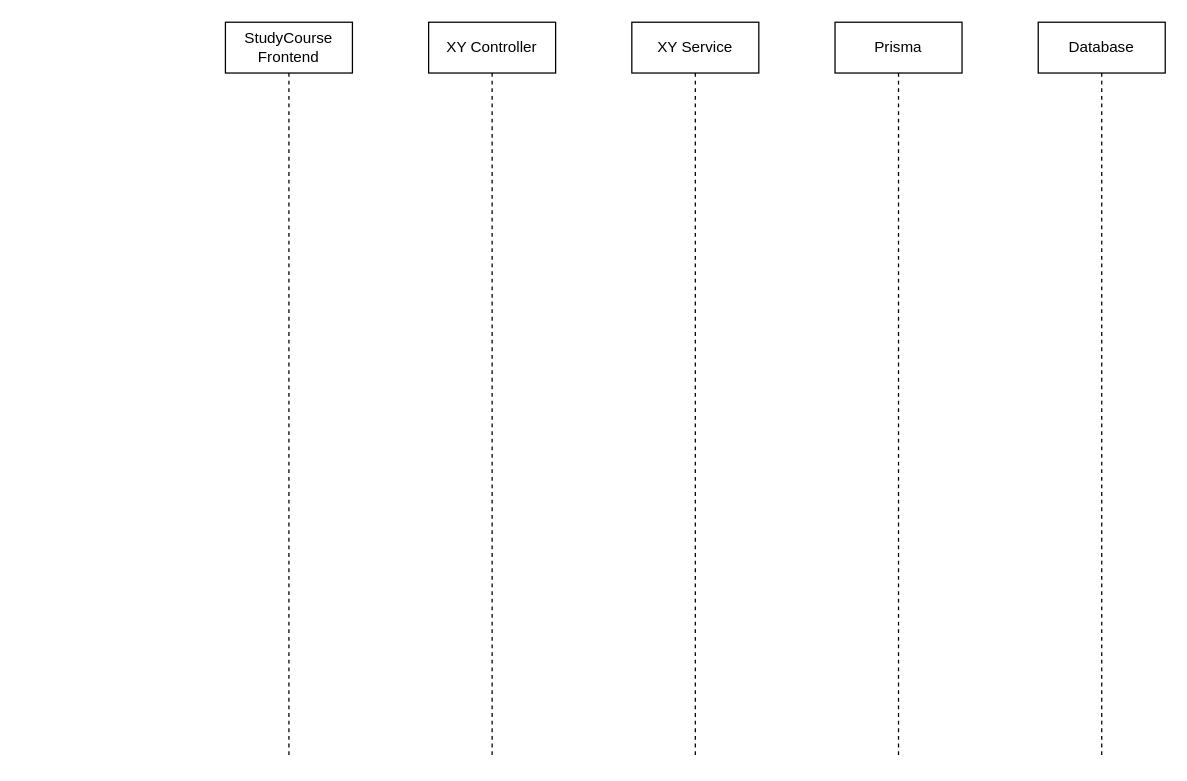
Above: Sequence_Diagram_lcms_1.drawio in MarkTkachov/lcms_diagrams (draw.io), before the change. Source tidied: cells renumbered, new cells numbered last; positions are measured from the earlier drawing's top-left corner, leaving out a move shared by most shapes. Both pictures are drawn from the tidied source at 127%, with x=0, y=0 at pixel (225, 22).
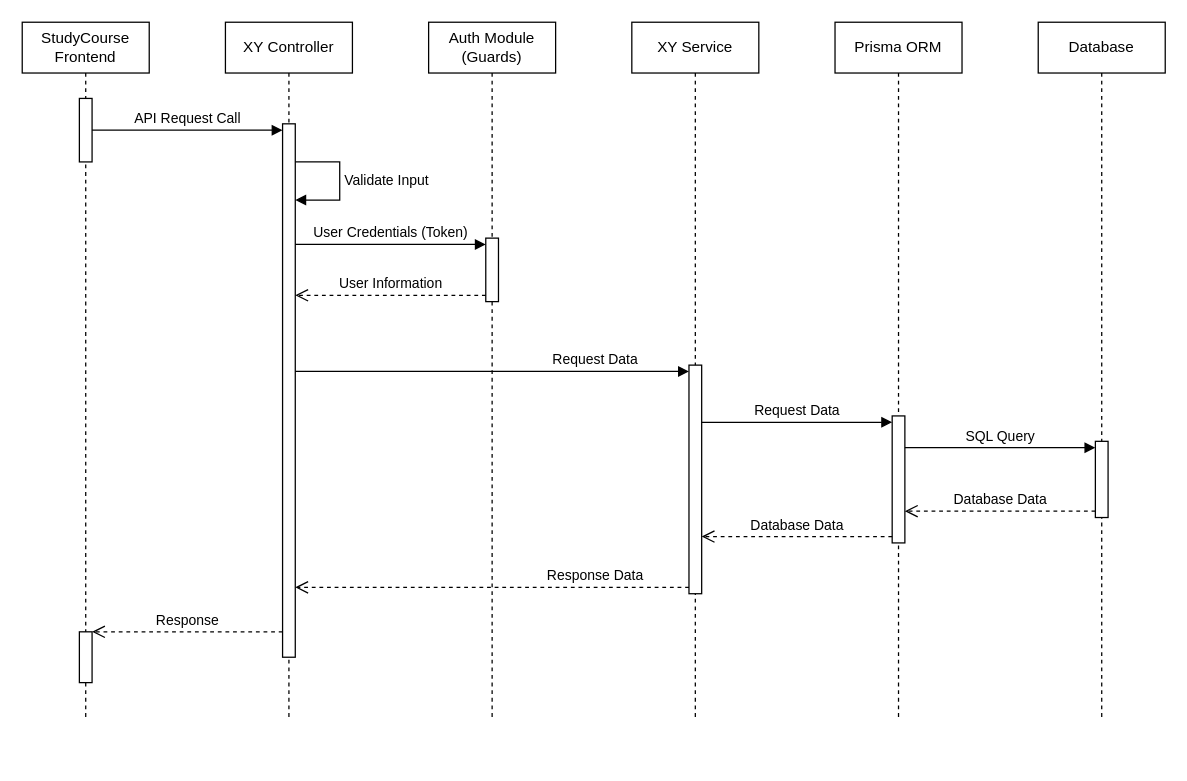
After the change.

Change to the diagram source:
```diff
@@
     <mxCell id="2" value="&lt;div&gt;StudyCourse&lt;/div&gt;&lt;div&gt;Frontend&lt;br&gt;&lt;/div&gt;" style="shape=umlLifeline;perimeter=lifelinePerimeter;whiteSpace=wrap;html=1;newEdgeStyle={&quot;curved&quot;:0,&quot;rounded&quot;:0};" parent="1" vertex="1">
-      <mxGeometry width="100" height="580" as="geometry" />
+      <mxGeometry x="-160" width="100" height="550" as="geometry" />
     </mxCell>
+    <mxCell id="7" style="html=1;points=[[0,0,0,0,5],[0,1,0,0,-5],[1,0,0,0,5],[1,1,0,0,-5]];perimeter=orthogonalPerimeter;outlineConnect=0;targetShapes=umlLifeline;portConstraint=eastwest;newEdgeStyle={&quot;curved&quot;:0,&quot;rounded&quot;:0};" parent="2" vertex="1">
+      <mxGeometry x="45" y="60" width="10" height="50" as="geometry" />
+    </mxCell>
+    <mxCell id="8" style="html=1;points=[[0,0,0,0,5],[0,1,0,0,-5],[1,0,0,0,5],[1,1,0,0,-5]];perimeter=orthogonalPerimeter;outlineConnect=0;targetShapes=umlLifeline;portConstraint=eastwest;newEdgeStyle={&quot;curved&quot;:0,&quot;rounded&quot;:0};" parent="2" vertex="1">
+      <mxGeometry x="45" y="480" width="10" height="40" as="geometry" />
+    </mxCell>
     <mxCell id="3" value="XY Controller" style="shape=umlLifeline;perimeter=lifelinePerimeter;whiteSpace=wrap;html=1;newEdgeStyle={&quot;curved&quot;:0,&quot;rounded&quot;:0};" parent="1" vertex="1">
-      <mxGeometry x="160" width="100" height="580" as="geometry" />
+      <mxGeometry width="100" height="550" as="geometry" />
     </mxCell>
+    <mxCell id="9" style="html=1;points=[[0,0,0,0,5],[0,1,0,0,-5],[1,0,0,0,5],[1,1,0,0,-5]];perimeter=orthogonalPerimeter;outlineConnect=0;targetShapes=umlLifeline;portConstraint=eastwest;newEdgeStyle={&quot;curved&quot;:0,&quot;rounded&quot;:0};" parent="3" vertex="1">
+      <mxGeometry x="45" y="80" width="10" height="420" as="geometry" />
+    </mxCell>
+    <mxCell id="10" value="Validate Input" style="html=1;align=left;spacingLeft=2;endArrow=block;rounded=0;edgeStyle=orthogonalEdgeStyle;curved=0;rounded=0;" parent="3" edge="1" source="9" target="9">
+      <mxGeometry relative="1" as="geometry">
+        <Array as="points">
+          <mxPoint x="90" y="110" />
+          <mxPoint x="90" y="140" />
+        </Array>
+      </mxGeometry>
+    </mxCell>
     <mxCell id="4" value="XY Service" style="shape=umlLifeline;perimeter=lifelinePerimeter;whiteSpace=wrap;html=1;newEdgeStyle={&quot;curved&quot;:0,&quot;rounded&quot;:0};" parent="1" vertex="1">
-      <mxGeometry x="320" width="100" height="580" as="geometry" />
+      <mxGeometry x="320" width="100" height="550" as="geometry" />
     </mxCell>
+    <mxCell id="11" style="html=1;points=[[0,0,0,0,5],[0,1,0,0,-5],[1,0,0,0,5],[1,1,0,0,-5]];perimeter=orthogonalPerimeter;outlineConnect=0;targetShapes=umlLifeline;portConstraint=eastwest;newEdgeStyle={&quot;curved&quot;:0,&quot;rounded&quot;:0};" parent="4" vertex="1">
+      <mxGeometry x="45" y="270" width="10" height="180" as="geometry" />
+    </mxCell>
-    <mxCell id="5" value="Prisma " style="shape=umlLifeline;perimeter=lifelinePerimeter;whiteSpace=wrap;html=1;newEdgeStyle={&quot;curved&quot;:0,&quot;rounded&quot;:0};" parent="1" vertex="1">
-      <mxGeometry x="480" width="100" height="580" as="geometry" />
+    <mxCell id="5" value="Prisma ORM" style="shape=umlLifeline;perimeter=lifelinePerimeter;whiteSpace=wrap;html=1;newEdgeStyle={&quot;curved&quot;:0,&quot;rounded&quot;:0};" parent="1" vertex="1">
+      <mxGeometry x="480" width="100" height="550" as="geometry" />
     </mxCell>
+    <mxCell id="12" style="html=1;points=[[0,0,0,0,5],[0,1,0,0,-5],[1,0,0,0,5],[1,1,0,0,-5]];perimeter=orthogonalPerimeter;outlineConnect=0;targetShapes=umlLifeline;portConstraint=eastwest;newEdgeStyle={&quot;curved&quot;:0,&quot;rounded&quot;:0};" parent="5" vertex="1">
+      <mxGeometry x="45" y="310" width="10" height="100" as="geometry" />
+    </mxCell>
     <mxCell id="6" value="Database" style="shape=umlLifeline;perimeter=lifelinePerimeter;whiteSpace=wrap;html=1;newEdgeStyle={&quot;curved&quot;:0,&quot;rounded&quot;:0};" parent="1" vertex="1">
-      <mxGeometry x="640" width="100" height="580" as="geometry" />
+      <mxGeometry x="640" width="100" height="550" as="geometry" />
     </mxCell>
+    <mxCell id="13" style="html=1;points=[[0,0,0,0,5],[0,1,0,0,-5],[1,0,0,0,5],[1,1,0,0,-5]];perimeter=orthogonalPerimeter;outlineConnect=0;targetShapes=umlLifeline;portConstraint=eastwest;newEdgeStyle={&quot;curved&quot;:0,&quot;rounded&quot;:0};" parent="6" vertex="1">
+      <mxGeometry x="45" y="330" width="10" height="60" as="geometry" />
+    </mxCell>
+    <mxCell id="14" value="API Request Call" style="html=1;verticalAlign=bottom;endArrow=block;curved=0;rounded=0;entryX=0;entryY=0;entryDx=0;entryDy=5;" parent="1" edge="1" source="7" target="9">
+      <mxGeometry relative="1" as="geometry" />
+    </mxCell>
+    <mxCell id="15" value="&lt;div&gt;Auth Module&lt;/div&gt;&lt;div&gt;(Guards)&lt;br&gt;&lt;/div&gt;" style="shape=umlLifeline;perimeter=lifelinePerimeter;whiteSpace=wrap;html=1;newEdgeStyle={&quot;curved&quot;:0,&quot;rounded&quot;:0};" parent="1" vertex="1">
+      <mxGeometry x="160" width="100" height="550" as="geometry" />
+    </mxCell>
+    <mxCell id="16" style="html=1;points=[[0,0,0,0,5],[0,1,0,0,-5],[1,0,0,0,5],[1,1,0,0,-5]];perimeter=orthogonalPerimeter;outlineConnect=0;targetShapes=umlLifeline;portConstraint=eastwest;newEdgeStyle={&quot;curved&quot;:0,&quot;rounded&quot;:0};" parent="15" vertex="1">
+      <mxGeometry x="45" y="170" width="10" height="50" as="geometry" />
+    </mxCell>
+    <mxCell id="17" value="User Credentials (Token)" style="html=1;verticalAlign=bottom;endArrow=block;curved=0;rounded=0;entryX=0;entryY=0;entryDx=0;entryDy=5;" parent="1" edge="1" source="9" target="16">
+      <mxGeometry relative="1" as="geometry" />
+    </mxCell>
+    <mxCell id="18" value="User Information" style="html=1;verticalAlign=bottom;endArrow=open;dashed=1;endSize=8;curved=0;rounded=0;exitX=0;exitY=1;exitDx=0;exitDy=-5;" parent="1" edge="1" source="16" target="9">
+      <mxGeometry relative="1" as="geometry" />
+    </mxCell>
+    <mxCell id="19" value="Request Data" style="html=1;verticalAlign=bottom;endArrow=block;curved=0;rounded=0;entryX=0;entryY=0;entryDx=0;entryDy=5;" parent="1" edge="1" source="9" target="11">
+      <mxGeometry x="0.52" relative="1" as="geometry" />
+    </mxCell>
+    <mxCell id="20" value="Response Data" style="html=1;verticalAlign=bottom;endArrow=open;dashed=1;endSize=8;curved=0;rounded=0;exitX=0;exitY=1;exitDx=0;exitDy=-5;" parent="1" edge="1" source="11" target="9">
+      <mxGeometry x="-0.52" relative="1" as="geometry" />
+    </mxCell>
+    <mxCell id="21" value="Request Data" style="html=1;verticalAlign=bottom;endArrow=block;curved=0;rounded=0;entryX=0;entryY=0;entryDx=0;entryDy=5;" parent="1" edge="1" source="11" target="12">
+      <mxGeometry relative="1" as="geometry" />
+    </mxCell>
+    <mxCell id="22" value="Database Data" style="html=1;verticalAlign=bottom;endArrow=open;dashed=1;endSize=8;curved=0;rounded=0;exitX=0;exitY=1;exitDx=0;exitDy=-5;" parent="1" edge="1" source="12" target="11">
+      <mxGeometry relative="1" as="geometry" />
+    </mxCell>
+    <mxCell id="23" value="Database Data" style="html=1;verticalAlign=bottom;endArrow=open;dashed=1;endSize=8;curved=0;rounded=0;exitX=0;exitY=1;exitDx=0;exitDy=-5;" parent="1" edge="1" source="13" target="12">
+      <mxGeometry relative="1" as="geometry" />
+    </mxCell>
+    <mxCell id="24" value="SQL Query" style="html=1;verticalAlign=bottom;endArrow=block;curved=0;rounded=0;entryX=0;entryY=0;entryDx=0;entryDy=5;" parent="1" edge="1" source="12" target="13">
+      <mxGeometry relative="1" as="geometry" />
+    </mxCell>
+    <mxCell id="25" value="Response" style="html=1;verticalAlign=bottom;endArrow=open;dashed=1;endSize=8;curved=0;rounded=0;" parent="1" edge="1" source="9" target="8">
+      <mxGeometry relative="1" as="geometry" />
+    </mxCell>
```
